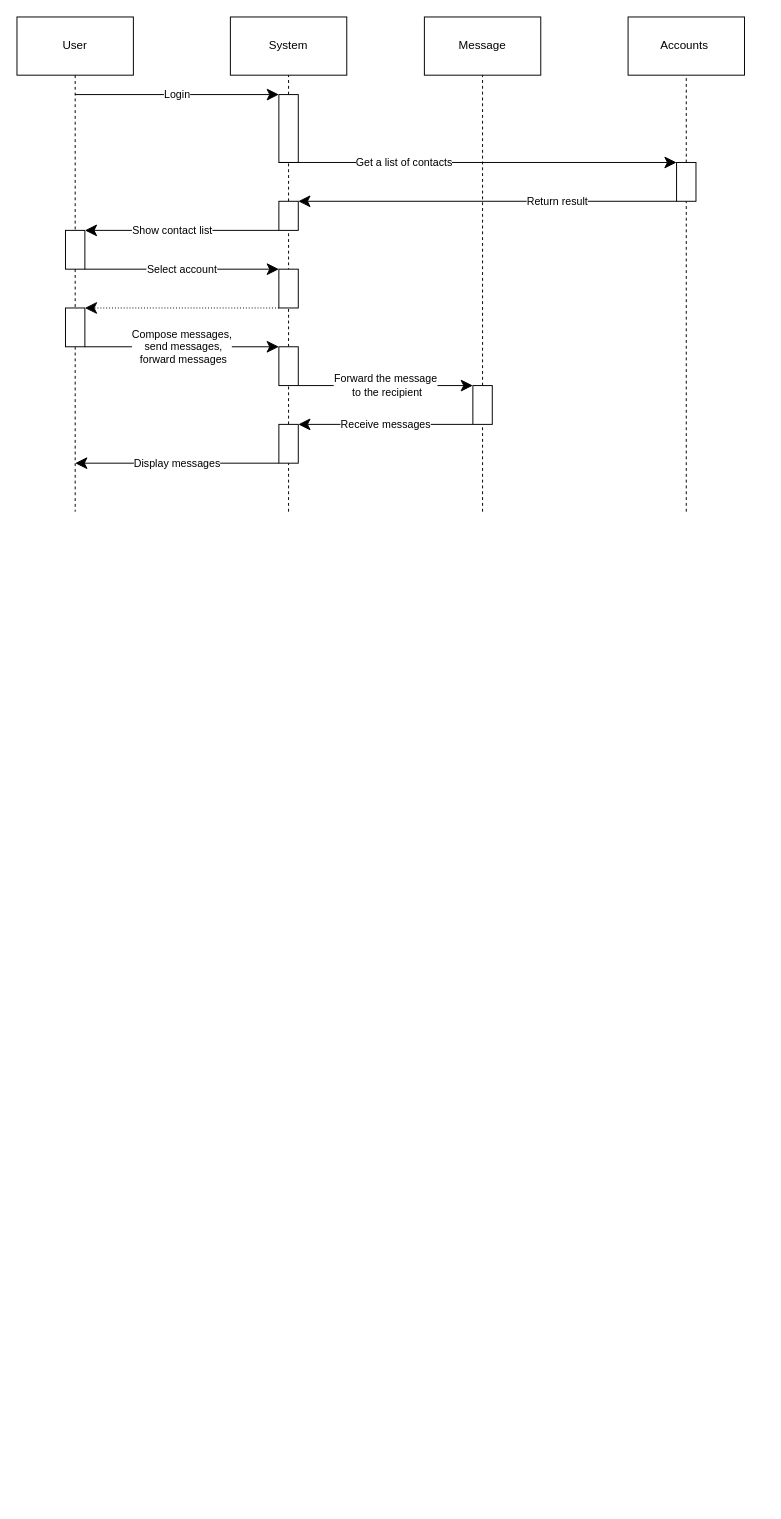
Above: sequence_ib.drawio in duongkz365/TipPHP (draw.io), before the change. Source tidied: cells renumbered, new cells numbered last; positions are measured from the earlier drawing's top-left corner, leaving out a move shared by most shapes. Both pictures are drawn from the tidied source at 97%, with x=0, y=0 at pixel (16, 16).
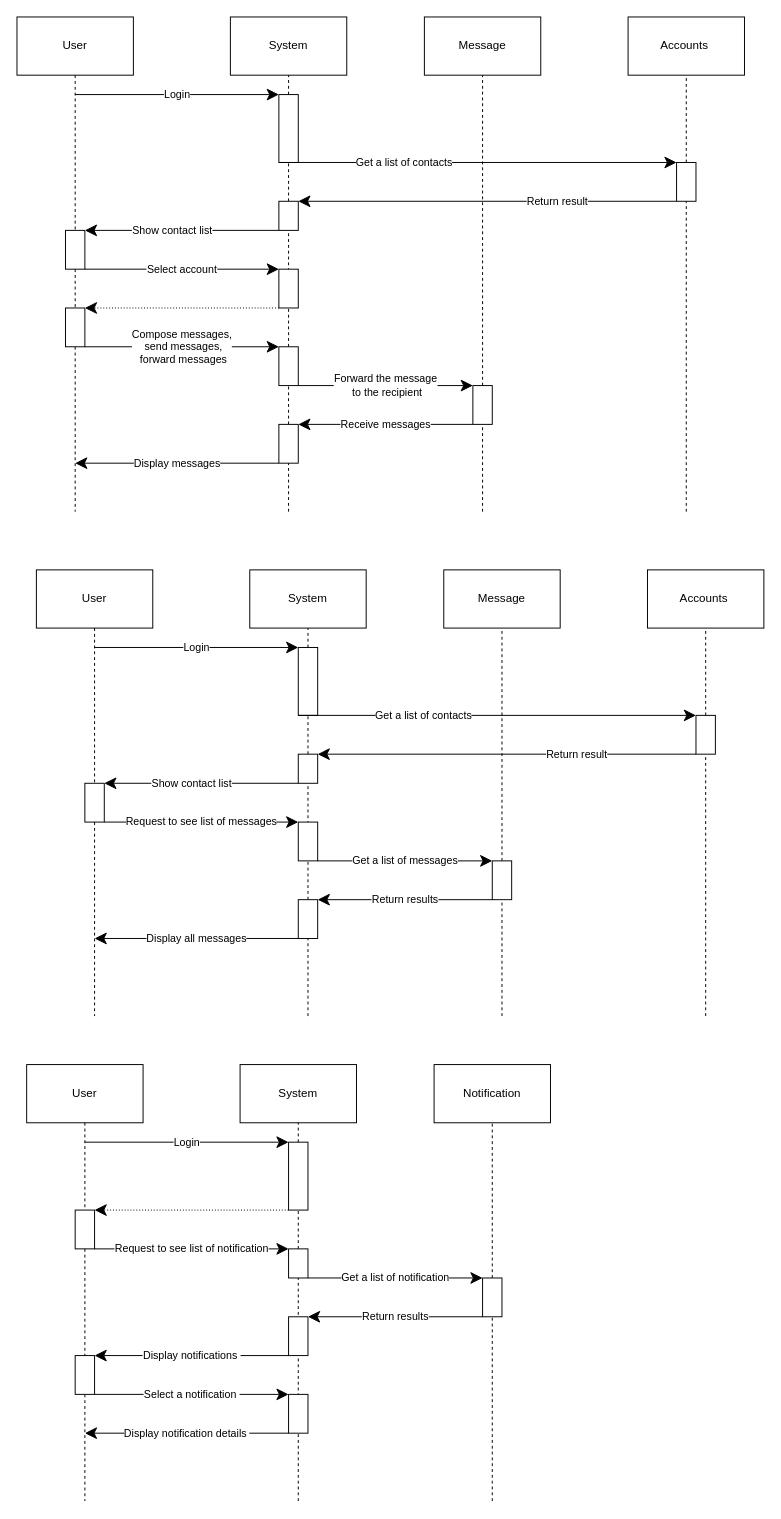
After the change.

The edit, as a diff of the source:
```diff
@@
+    <mxCell id="36" value="User" style="rounded=0;whiteSpace=wrap;html=1;" parent="1" vertex="1">
+      <mxGeometry x="20" y="570" width="120" height="60" as="geometry" />
+    </mxCell>
+    <mxCell id="37" value="System" style="rounded=0;whiteSpace=wrap;html=1;" parent="1" vertex="1">
+      <mxGeometry x="240" y="570" width="120" height="60" as="geometry" />
+    </mxCell>
+    <mxCell id="38" style="endArrow=none;dashed=1;html=1;rounded=0;entryX=0.5;entryY=1;entryDx=0;entryDy=0;" parent="1" edge="1" source="42" target="37">
+      <mxGeometry relative="1" as="geometry" />
+    </mxCell>
+    <mxCell id="39" value="Accounts&amp;nbsp;" style="rounded=0;whiteSpace=wrap;html=1;" parent="1" vertex="1">
+      <mxGeometry x="650" y="570" width="120" height="60" as="geometry" />
+    </mxCell>
+    <mxCell id="40" style="endArrow=none;dashed=1;html=1;rounded=0;entryX=0.5;entryY=1;entryDx=0;entryDy=0;" parent="1" edge="1" source="50" target="39">
+      <mxGeometry relative="1" as="geometry" />
+    </mxCell>
+    <mxCell id="41" style="endArrow=none;dashed=1;html=1;rounded=0;entryX=0.5;entryY=1;entryDx=0;entryDy=0;" parent="1" edge="1" source="54" target="42">
+      <mxGeometry relative="1" as="geometry" />
+    </mxCell>
+    <mxCell id="42" style="rounded=0;whiteSpace=wrap;html=1;" parent="1" vertex="1">
+      <mxGeometry x="290" y="650" width="20" height="70" as="geometry" />
+    </mxCell>
+    <mxCell id="43" value="Login" style="endArrow=classic;html=1;rounded=0;entryX=0;entryY=0;entryDx=0;entryDy=0;endSize=10;" parent="1" edge="1" target="42">
+      <mxGeometry relative="1" as="geometry">
+        <mxPoint x="80" y="650" as="sourcePoint" />
+      </mxGeometry>
+    </mxCell>
+    <mxCell id="44" style="endArrow=none;dashed=1;html=1;rounded=0;exitX=0.5;exitY=1;exitDx=0;exitDy=0;" parent="1" edge="1" source="36" target="45">
+      <mxGeometry relative="1" as="geometry" />
+    </mxCell>
+    <mxCell id="45" style="rounded=0;whiteSpace=wrap;html=1;" parent="1" vertex="1">
+      <mxGeometry x="70" y="790" width="20" height="40" as="geometry" />
+    </mxCell>
+    <mxCell id="46" value="Get a list of contacts" style="endArrow=classic;html=1;rounded=0;entryX=0;entryY=0;entryDx=0;entryDy=0;endFill=1;endSize=10;" parent="1" edge="1" target="50">
+      <mxGeometry x="-0.37" relative="1" as="geometry">
+        <mxPoint x="290" y="720" as="sourcePoint" />
+      </mxGeometry>
+    </mxCell>
+    <mxCell id="47" value="Message" style="rounded=0;whiteSpace=wrap;html=1;" parent="1" vertex="1">
+      <mxGeometry x="440" y="570" width="120" height="60" as="geometry" />
+    </mxCell>
+    <mxCell id="48" style="endArrow=none;dashed=1;html=1;rounded=0;entryX=0.5;entryY=1;entryDx=0;entryDy=0;" parent="1" edge="1" source="63" target="47">
+      <mxGeometry relative="1" as="geometry" />
+    </mxCell>
+    <mxCell id="49" style="endArrow=none;dashed=1;html=1;rounded=0;entryX=0.5;entryY=1;entryDx=0;entryDy=0;" parent="1" edge="1" target="50">
+      <mxGeometry relative="1" as="geometry">
+        <mxPoint x="710" y="1030" as="sourcePoint" />
+      </mxGeometry>
+    </mxCell>
+    <mxCell id="50" style="rounded=0;whiteSpace=wrap;html=1;" parent="1" vertex="1">
+      <mxGeometry x="700" y="720" width="20" height="40" as="geometry" />
+    </mxCell>
+    <mxCell id="51" value="Return result" style="endArrow=classic;html=1;rounded=0;endFill=1;endSize=10;exitX=0;exitY=1;exitDx=0;exitDy=0;entryX=1;entryY=0;entryDx=0;entryDy=0;" parent="1" edge="1" source="50" target="54">
+      <mxGeometry x="-0.37" relative="1" as="geometry" />
+    </mxCell>
+    <mxCell id="52" value="Show contact list" style="endArrow=classic;html=1;rounded=0;endFill=1;endSize=10;entryX=1;entryY=0;entryDx=0;entryDy=0;exitX=0;exitY=1;exitDx=0;exitDy=0;" parent="1" edge="1" source="54" target="45">
+      <mxGeometry x="0.1" relative="1" as="geometry" />
+    </mxCell>
+    <mxCell id="53" style="endArrow=none;dashed=1;html=1;rounded=0;entryX=0.5;entryY=1;entryDx=0;entryDy=0;" parent="1" edge="1" source="60" target="54">
+      <mxGeometry relative="1" as="geometry" />
+    </mxCell>
+    <mxCell id="54" style="rounded=0;whiteSpace=wrap;html=1;" parent="1" vertex="1">
+      <mxGeometry x="290" y="760" width="20" height="30" as="geometry" />
+    </mxCell>
+    <mxCell id="55" value="Request to see list of messages" style="endArrow=classic;html=1;rounded=0;entryX=0;entryY=0;entryDx=0;entryDy=0;endSize=10;exitX=1;exitY=1;exitDx=0;exitDy=0;" parent="1" edge="1" source="45" target="56">
+      <mxGeometry relative="1" as="geometry" />
+    </mxCell>
+    <mxCell id="56" style="rounded=0;whiteSpace=wrap;html=1;" parent="1" vertex="1">
+      <mxGeometry x="290" y="830" width="20" height="40" as="geometry" />
+    </mxCell>
+    <mxCell id="57" value="Return results" style="endArrow=classic;html=1;rounded=0;endSize=10;exitX=0;exitY=1;exitDx=0;exitDy=0;entryX=1;entryY=0;entryDx=0;entryDy=0;" parent="1" edge="1" source="63" target="60">
+      <mxGeometry relative="1" as="geometry" />
+    </mxCell>
+    <mxCell id="58" style="endArrow=none;dashed=1;html=1;rounded=0;exitX=0.5;exitY=1;exitDx=0;exitDy=0;" parent="1" edge="1" source="45">
+      <mxGeometry relative="1" as="geometry">
+        <mxPoint x="80" y="1030" as="targetPoint" />
+      </mxGeometry>
+    </mxCell>
+    <mxCell id="59" style="endArrow=none;dashed=1;html=1;rounded=0;entryX=0.5;entryY=1;entryDx=0;entryDy=0;" parent="1" edge="1" target="60">
+      <mxGeometry relative="1" as="geometry">
+        <mxPoint x="300" y="1030" as="sourcePoint" />
+      </mxGeometry>
+    </mxCell>
+    <mxCell id="60" style="rounded=0;whiteSpace=wrap;html=1;" parent="1" vertex="1">
+      <mxGeometry x="290" y="910" width="20" height="40" as="geometry" />
+    </mxCell>
+    <mxCell id="61" value="Get a list of messages" style="endArrow=classic;html=1;rounded=0;endSize=10;exitX=1;exitY=1;exitDx=0;exitDy=0;entryX=0;entryY=0;entryDx=0;entryDy=0;" parent="1" edge="1" source="56" target="63">
+      <mxGeometry relative="1" as="geometry" />
+    </mxCell>
+    <mxCell id="62" style="endArrow=none;dashed=1;html=1;rounded=0;entryX=0.5;entryY=1;entryDx=0;entryDy=0;" parent="1" edge="1" target="63">
+      <mxGeometry relative="1" as="geometry">
+        <mxPoint x="500" y="1030" as="sourcePoint" />
+      </mxGeometry>
+    </mxCell>
+    <mxCell id="63" style="rounded=0;whiteSpace=wrap;html=1;" parent="1" vertex="1">
+      <mxGeometry x="490" y="870" width="20" height="40" as="geometry" />
+    </mxCell>
+    <mxCell id="64" value="Display all messages" style="endArrow=classic;html=1;rounded=0;endSize=10;exitX=0;exitY=1;exitDx=0;exitDy=0;" parent="1" edge="1" source="60">
+      <mxGeometry relative="1" as="geometry">
+        <mxPoint x="80" y="950" as="targetPoint" />
+      </mxGeometry>
+    </mxCell>
+    <mxCell id="65" value="User" style="rounded=0;whiteSpace=wrap;html=1;" parent="1" vertex="1">
+      <mxGeometry x="10" y="1080" width="120" height="60" as="geometry" />
+    </mxCell>
+    <mxCell id="66" value="System" style="rounded=0;whiteSpace=wrap;html=1;" parent="1" vertex="1">
+      <mxGeometry x="230" y="1080" width="120" height="60" as="geometry" />
+    </mxCell>
+    <mxCell id="67" style="endArrow=none;dashed=1;html=1;rounded=0;entryX=0.5;entryY=1;entryDx=0;entryDy=0;" parent="1" edge="1" source="69" target="66">
+      <mxGeometry relative="1" as="geometry" />
+    </mxCell>
+    <mxCell id="68" style="endArrow=none;dashed=1;html=1;rounded=0;entryX=0.5;entryY=1;entryDx=0;entryDy=0;" parent="1" edge="1" source="77" target="69">
+      <mxGeometry relative="1" as="geometry" />
+    </mxCell>
+    <mxCell id="69" style="rounded=0;whiteSpace=wrap;html=1;" parent="1" vertex="1">
+      <mxGeometry x="280" y="1160" width="20" height="70" as="geometry" />
+    </mxCell>
+    <mxCell id="70" value="Login" style="endArrow=classic;html=1;rounded=0;entryX=0;entryY=0;entryDx=0;entryDy=0;endSize=10;" parent="1" edge="1" target="69">
+      <mxGeometry relative="1" as="geometry">
+        <mxPoint x="70" y="1160" as="sourcePoint" />
+      </mxGeometry>
+    </mxCell>
+    <mxCell id="71" style="endArrow=none;dashed=1;html=1;rounded=0;exitX=0.5;exitY=1;exitDx=0;exitDy=0;" parent="1" edge="1" source="65" target="72">
+      <mxGeometry relative="1" as="geometry" />
+    </mxCell>
+    <mxCell id="72" style="rounded=0;whiteSpace=wrap;html=1;" parent="1" vertex="1">
+      <mxGeometry x="60" y="1230" width="20" height="40" as="geometry" />
+    </mxCell>
+    <mxCell id="73" value="Notification" style="rounded=0;whiteSpace=wrap;html=1;" parent="1" vertex="1">
+      <mxGeometry x="430" y="1080" width="120" height="60" as="geometry" />
+    </mxCell>
+    <mxCell id="74" style="endArrow=none;dashed=1;html=1;rounded=0;entryX=0.5;entryY=1;entryDx=0;entryDy=0;" parent="1" edge="1" source="84" target="73">
+      <mxGeometry relative="1" as="geometry" />
+    </mxCell>
+    <mxCell id="75" style="endArrow=classic;html=1;rounded=0;endFill=1;endSize=10;entryX=1;entryY=0;entryDx=0;entryDy=0;exitX=0;exitY=1;exitDx=0;exitDy=0;dashed=1;dashPattern=1 2;" parent="1" edge="1" source="69" target="72">
+      <mxGeometry x="0.1" relative="1" as="geometry" />
+    </mxCell>
+    <mxCell id="76" style="endArrow=none;dashed=1;html=1;rounded=0;entryX=0.5;entryY=1;entryDx=0;entryDy=0;" parent="1" edge="1" target="77">
+      <mxGeometry relative="1" as="geometry">
+        <mxPoint x="290" y="1530" as="sourcePoint" />
+      </mxGeometry>
+    </mxCell>
+    <mxCell id="77" style="rounded=0;whiteSpace=wrap;html=1;" parent="1" vertex="1">
+      <mxGeometry x="280" y="1270" width="20" height="30" as="geometry" />
+    </mxCell>
+    <mxCell id="78" value="Request to see list of notification" style="endArrow=classic;html=1;rounded=0;entryX=0;entryY=0;entryDx=0;entryDy=0;endSize=10;exitX=1;exitY=1;exitDx=0;exitDy=0;" parent="1" edge="1" source="72" target="77">
+      <mxGeometry relative="1" as="geometry" />
+    </mxCell>
+    <mxCell id="79" style="rounded=0;whiteSpace=wrap;html=1;" parent="1" vertex="1">
+      <mxGeometry x="280" y="1340" width="20" height="40" as="geometry" />
+    </mxCell>
+    <mxCell id="80" value="Return results" style="endArrow=classic;html=1;rounded=0;endSize=10;exitX=0;exitY=1;exitDx=0;exitDy=0;entryX=1;entryY=0;entryDx=0;entryDy=0;" parent="1" edge="1" source="84" target="79">
+      <mxGeometry relative="1" as="geometry" />
+    </mxCell>
+    <mxCell id="81" style="endArrow=none;dashed=1;html=1;rounded=0;exitX=0.5;exitY=1;exitDx=0;exitDy=0;" parent="1" edge="1" source="72">
+      <mxGeometry relative="1" as="geometry">
+        <mxPoint x="70" y="1530" as="targetPoint" />
+      </mxGeometry>
+    </mxCell>
+    <mxCell id="82" value="Get a list of notification" style="endArrow=classic;html=1;rounded=0;endSize=10;exitX=1;exitY=1;exitDx=0;exitDy=0;entryX=0;entryY=0;entryDx=0;entryDy=0;" parent="1" edge="1" source="77" target="84">
+      <mxGeometry relative="1" as="geometry" />
+    </mxCell>
+    <mxCell id="83" style="endArrow=none;dashed=1;html=1;rounded=0;entryX=0.5;entryY=1;entryDx=0;entryDy=0;" parent="1" edge="1" target="84">
+      <mxGeometry relative="1" as="geometry">
+        <mxPoint x="490" y="1530" as="sourcePoint" />
+      </mxGeometry>
+    </mxCell>
+    <mxCell id="84" style="rounded=0;whiteSpace=wrap;html=1;" parent="1" vertex="1">
+      <mxGeometry x="480" y="1300" width="20" height="40" as="geometry" />
+    </mxCell>
+    <mxCell id="85" value="Display notifications&amp;nbsp;" style="endArrow=classic;html=1;rounded=0;endSize=10;exitX=0;exitY=1;exitDx=0;exitDy=0;entryX=1;entryY=0;entryDx=0;entryDy=0;" parent="1" edge="1" source="79" target="86">
+      <mxGeometry relative="1" as="geometry" />
+    </mxCell>
+    <mxCell id="86" style="rounded=0;whiteSpace=wrap;html=1;" parent="1" vertex="1">
+      <mxGeometry x="60" y="1380" width="20" height="40" as="geometry" />
+    </mxCell>
+    <mxCell id="87" style="rounded=0;whiteSpace=wrap;html=1;" parent="1" vertex="1">
+      <mxGeometry x="280" y="1420" width="20" height="40" as="geometry" />
+    </mxCell>
+    <mxCell id="88" value="Select a notification&amp;nbsp;" style="endArrow=classic;html=1;rounded=0;endSize=10;exitX=1;exitY=1;exitDx=0;exitDy=0;entryX=0;entryY=0;entryDx=0;entryDy=0;" parent="1" edge="1" source="86" target="87">
+      <mxGeometry relative="1" as="geometry" />
+    </mxCell>
+    <mxCell id="89" value="Display notification details&amp;nbsp;" style="endArrow=classic;html=1;rounded=0;endSize=10;exitX=0;exitY=1;exitDx=0;exitDy=0;" parent="1" edge="1" source="87">
+      <mxGeometry relative="1" as="geometry">
+        <mxPoint x="70" y="1460" as="targetPoint" />
+      </mxGeometry>
+    </mxCell>
```
